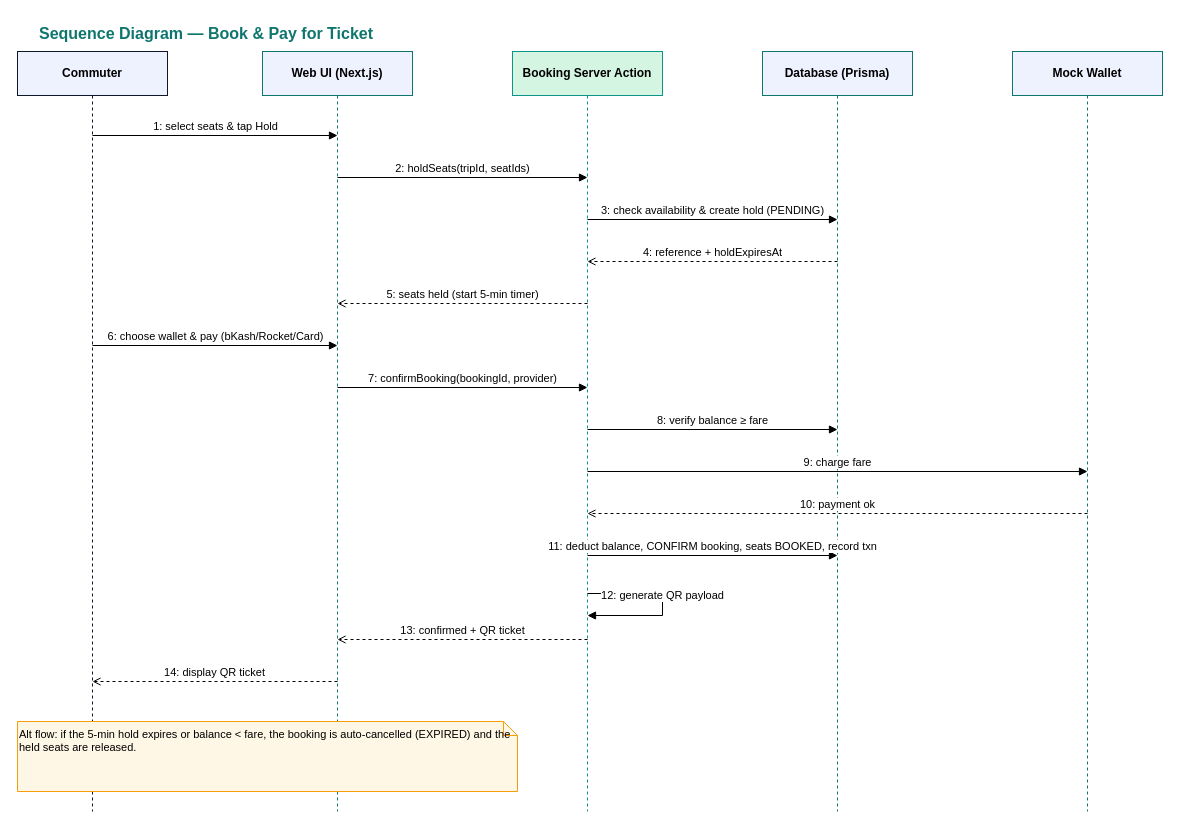
Munem3/transit-ticketing-system keeps this draw.io diagram as docs/sequence-booking.drawio. Above is the earlier version. Source tidied: cells renumbered, new cells numbered last; positions are measured from the earlier drawing's top-left corner, leaving out a move shared by most shapes. Both pictures are drawn from the tidied source at 100%, with x=0, y=0 at pixel (17, 17).
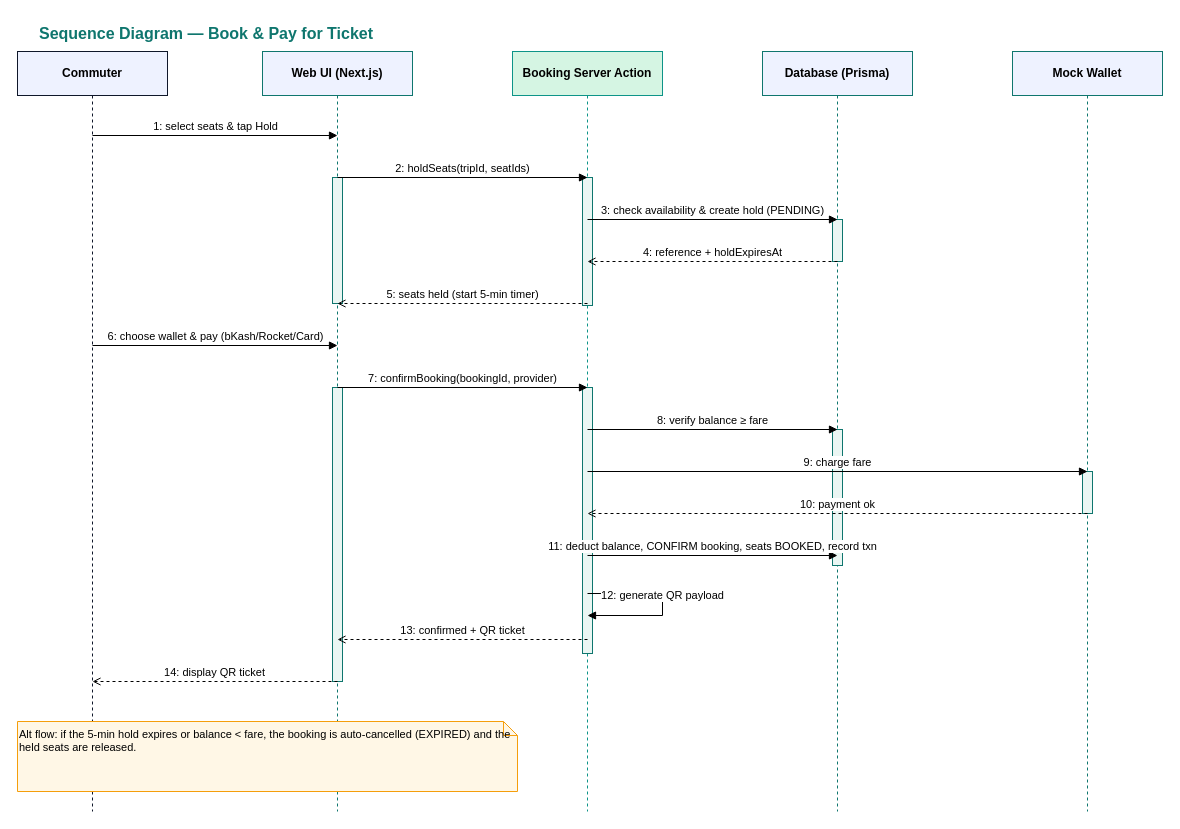
Above is the later version.

Commit message (it also covers changes not shown here):
Add activation bars to sequence diagrams; enrich class diagram (subclasses, QRTicket, AIService, GeminiAPI)

The edit, as a diff of the source:
```diff
@@
+    <mxCell id="23" style="rounded=0;html=1;fillColor=#EAF6F3;strokeColor=#0F766E;" parent="1" vertex="1">
+      <mxGeometry x="315" y="160" width="10" height="126" as="geometry" />
+    </mxCell>
+    <mxCell id="24" style="rounded=0;html=1;fillColor=#EAF6F3;strokeColor=#0F766E;" parent="1" vertex="1">
+      <mxGeometry x="315" y="370" width="10" height="294" as="geometry" />
+    </mxCell>
+    <mxCell id="25" style="rounded=0;html=1;fillColor=#EAF6F3;strokeColor=#0F766E;" parent="1" vertex="1">
+      <mxGeometry x="565" y="160" width="10" height="128" as="geometry" />
+    </mxCell>
+    <mxCell id="26" style="rounded=0;html=1;fillColor=#EAF6F3;strokeColor=#0F766E;" parent="1" vertex="1">
+      <mxGeometry x="565" y="370" width="10" height="266" as="geometry" />
+    </mxCell>
+    <mxCell id="27" style="rounded=0;html=1;fillColor=#EAF6F3;strokeColor=#0F766E;" parent="1" vertex="1">
+      <mxGeometry x="815" y="202" width="10" height="42" as="geometry" />
+    </mxCell>
+    <mxCell id="28" style="rounded=0;html=1;fillColor=#EAF6F3;strokeColor=#0F766E;" parent="1" vertex="1">
+      <mxGeometry x="815" y="412" width="10" height="136" as="geometry" />
+    </mxCell>
+    <mxCell id="29" style="rounded=0;html=1;fillColor=#EAF6F3;strokeColor=#0F766E;" parent="1" vertex="1">
+      <mxGeometry x="1065" y="454" width="10" height="42" as="geometry" />
+    </mxCell>
```
